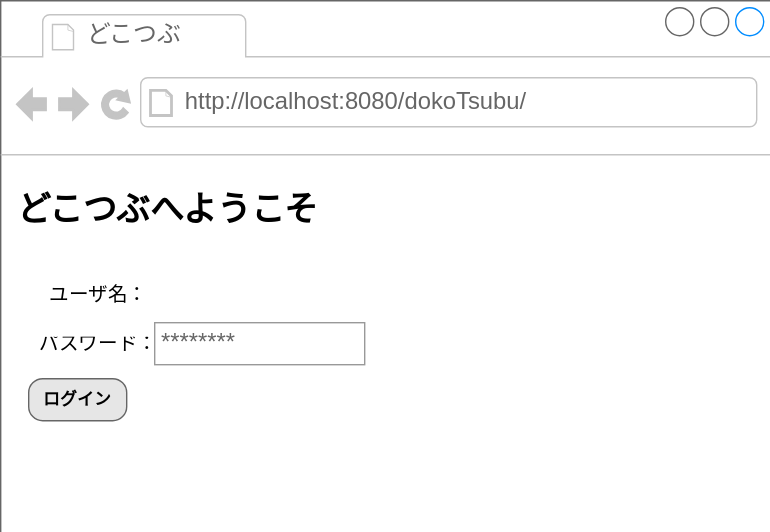
This is se1.drawio.svg from Holy0343/Product1, a draw.io export, as it was before one commit. Source tidied: cells renumbered, new cells last; positions are measured from the earlier drawing's top-left corner, leaving out a move shared by most shapes.
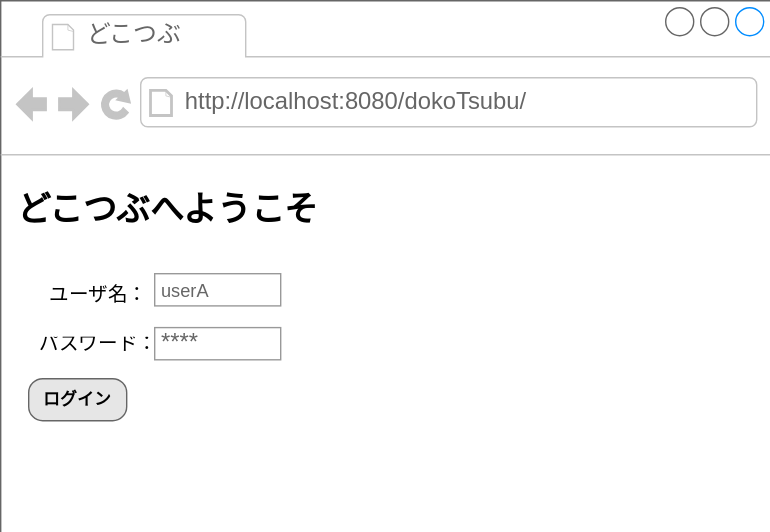
The same file after the commit.

Commit message:
se1.drawio.svg を更新します

Diff of the diagram source:
```diff
@@ -23,8 +23,11 @@
     <mxCell id="8" value="ログイン" style="strokeWidth=1;shadow=0;dashed=0;align=center;html=1;shape=mxgraph.mockup.buttons.button;strokeColor=#666666;fontColor=#000000;mainText=;buttonStyle=round;fontSize=12;fontStyle=1;fillColor=#E6E6E6;whiteSpace=wrap;" parent="2" vertex="1">
       <mxGeometry x="20" y="270" width="70" height="30" as="geometry" />
     </mxCell>
-    <mxCell id="9" value="********" style="strokeWidth=1;shadow=0;dashed=0;align=center;html=1;shape=mxgraph.mockup.forms.pwField;strokeColor=#999999;mainText=;align=left;fontColor=#666666;fontSize=17;spacingLeft=3;" parent="2" vertex="1">
-      <mxGeometry x="110" y="230" width="150" height="30" as="geometry" />
+    <mxCell id="9" value="****" style="strokeWidth=1;shadow=0;dashed=0;align=center;html=1;shape=mxgraph.mockup.forms.pwField;strokeColor=#999999;mainText=;align=left;fontColor=#666666;fontSize=17;spacingLeft=3;" parent="2" vertex="1">
+      <mxGeometry x="110" y="233.5" width="90" height="23" as="geometry" />
     </mxCell>
+    <mxCell id="10" value="userA" style="strokeWidth=1;shadow=0;dashed=0;align=center;html=1;shape=mxgraph.mockup.forms.pwField;strokeColor=#999999;mainText=;align=left;fontColor=#666666;fontSize=13;spacingLeft=3;" parent="2" vertex="1">
+      <mxGeometry x="110" y="195" width="90" height="23" as="geometry" />
+    </mxCell>
   </root>
 </mxGraphModel>
```
